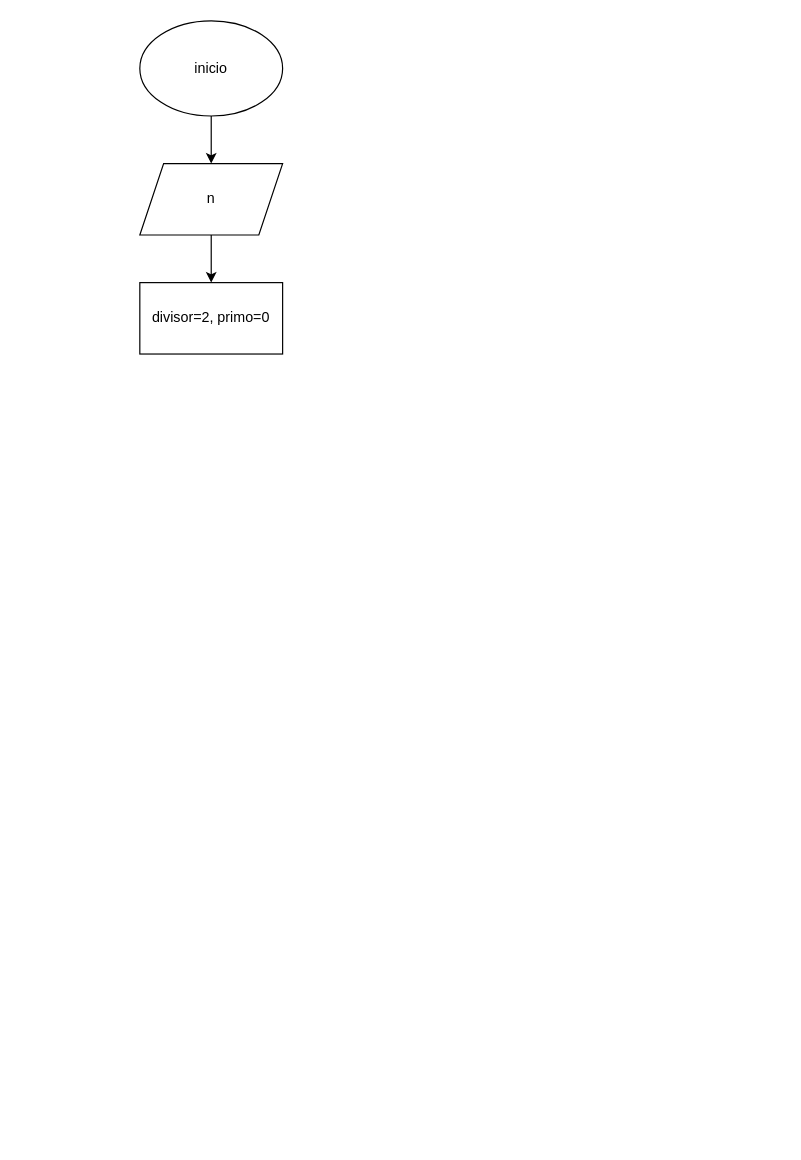
The draw.io diagram Diagrama sin título.drawio in Pariente1/DesarrolloDeSoftwareUniversidad, before the edit. Source tidied: cells renumbered, new cells numbered last; positions are measured from the earlier drawing's top-left corner, leaving out a move shared by most shapes. Both pictures are drawn from the tidied source at 119%, with x=0, y=0 at pixel (139, 20).
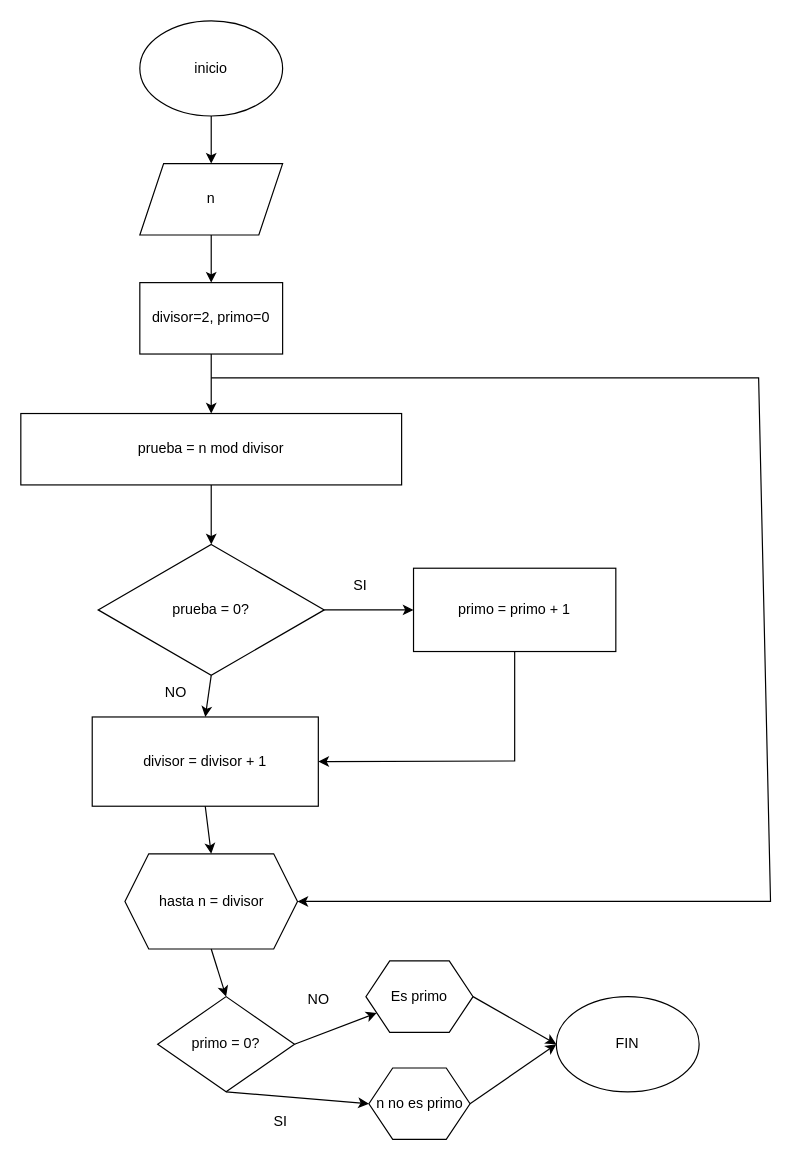
After the change.

The edit, as a diff of the source:
```diff
@@
+    <mxCell id="7" value="prueba = n mod divisor" style="rounded=0;whiteSpace=wrap;html=1;" parent="1" vertex="1">
+      <mxGeometry x="-100" y="330" width="320" height="60" as="geometry" />
+    </mxCell>
+    <mxCell id="8" style="endArrow=classic;html=1;rounded=0;entryX=0.5;entryY=0;entryDx=0;entryDy=0;" parent="1" edge="1" target="7">
+      <mxGeometry relative="1" as="geometry">
+        <mxPoint x="60" y="280" as="sourcePoint" />
+      </mxGeometry>
+    </mxCell>
+    <mxCell id="9" value="prueba = 0?" style="rhombus;whiteSpace=wrap;html=1;" parent="1" vertex="1">
+      <mxGeometry x="-35" y="440" width="190" height="110" as="geometry" />
+    </mxCell>
+    <mxCell id="10" style="endArrow=classic;html=1;rounded=0;exitX=0.5;exitY=1;exitDx=0;exitDy=0;entryX=0.5;entryY=0;entryDx=0;entryDy=0;" parent="1" edge="1" source="7" target="9">
+      <mxGeometry relative="1" as="geometry" />
+    </mxCell>
+    <mxCell id="11" value="primo = primo + 1" style="rounded=0;whiteSpace=wrap;html=1;" parent="1" vertex="1">
+      <mxGeometry x="230" y="460" width="170" height="70" as="geometry" />
+    </mxCell>
+    <mxCell id="12" style="endArrow=classic;html=1;rounded=0;exitX=1;exitY=0.5;exitDx=0;exitDy=0;entryX=0;entryY=0.5;entryDx=0;entryDy=0;" parent="1" edge="1" source="9" target="11">
+      <mxGeometry relative="1" as="geometry" />
+    </mxCell>
+    <mxCell id="13" value="SI" style="text;html=1;align=center;verticalAlign=middle;strokeColor=none;fillColor=none;" parent="1" vertex="1">
+      <mxGeometry x="170" y="460" width="30" height="30" as="geometry" />
+    </mxCell>
+    <mxCell id="14" value="NO" style="text;html=1;align=center;verticalAlign=middle;strokeColor=none;fillColor=none;" parent="1" vertex="1">
+      <mxGeometry x="10" y="550" width="40" height="30" as="geometry" />
+    </mxCell>
+    <mxCell id="15" value="divisor = divisor + 1" style="rounded=0;whiteSpace=wrap;html=1;" parent="1" vertex="1">
+      <mxGeometry x="-40" y="585" width="190" height="75" as="geometry" />
+    </mxCell>
+    <mxCell id="16" style="endArrow=classic;html=1;rounded=0;exitX=0.5;exitY=1;exitDx=0;exitDy=0;entryX=0.5;entryY=0;entryDx=0;entryDy=0;" parent="1" edge="1" source="9" target="15">
+      <mxGeometry relative="1" as="geometry" />
+    </mxCell>
+    <mxCell id="17" style="endArrow=classic;html=1;rounded=0;exitX=0.5;exitY=1;exitDx=0;exitDy=0;entryX=1;entryY=0.5;entryDx=0;entryDy=0;" parent="1" edge="1" source="11" target="15">
+      <mxGeometry relative="1" as="geometry">
+        <Array as="points">
+          <mxPoint x="315" y="622" />
+        </Array>
+      </mxGeometry>
+    </mxCell>
+    <mxCell id="18" value="hasta n = divisor" style="shape=hexagon;perimeter=hexagonPerimeter2;whiteSpace=wrap;html=1;fixedSize=1;" parent="1" vertex="1">
+      <mxGeometry x="-12.5" y="700" width="145" height="80" as="geometry" />
+    </mxCell>
+    <mxCell id="19" style="endArrow=classic;html=1;rounded=0;exitX=0.5;exitY=1;exitDx=0;exitDy=0;entryX=0.5;entryY=0;entryDx=0;entryDy=0;" parent="1" edge="1" source="15" target="18">
+      <mxGeometry relative="1" as="geometry" />
+    </mxCell>
+    <mxCell id="20" value="primo = 0?" style="rhombus;whiteSpace=wrap;html=1;" parent="1" vertex="1">
+      <mxGeometry x="15" y="820" width="115" height="80" as="geometry" />
+    </mxCell>
+    <mxCell id="21" style="endArrow=classic;html=1;rounded=0;exitX=0.5;exitY=1;exitDx=0;exitDy=0;entryX=0.5;entryY=0;entryDx=0;entryDy=0;" parent="1" edge="1" source="18" target="20">
+      <mxGeometry relative="1" as="geometry" />
+    </mxCell>
+    <mxCell id="22" style="endArrow=classic;html=1;rounded=0;entryX=1;entryY=0.5;entryDx=0;entryDy=0;" parent="1" edge="1" target="18">
+      <mxGeometry relative="1" as="geometry">
+        <mxPoint x="60" y="300" as="sourcePoint" />
+        <Array as="points">
+          <mxPoint x="520" y="300" />
+          <mxPoint x="530" y="740" />
+        </Array>
+      </mxGeometry>
+    </mxCell>
+    <mxCell id="23" style="endArrow=classic;html=1;rounded=0;exitX=1;exitY=0.5;exitDx=0;exitDy=0;" parent="1" edge="1" source="20" target="24">
+      <mxGeometry relative="1" as="geometry" />
+    </mxCell>
+    <mxCell id="24" value="Es primo" style="shape=hexagon;perimeter=hexagonPerimeter2;whiteSpace=wrap;html=1;fixedSize=1;" parent="1" vertex="1">
+      <mxGeometry x="190" y="790" width="90" height="60" as="geometry" />
+    </mxCell>
+    <mxCell id="25" value="n no es primo" style="shape=hexagon;perimeter=hexagonPerimeter2;whiteSpace=wrap;html=1;fixedSize=1;" parent="1" vertex="1">
+      <mxGeometry x="192.5" y="880" width="85" height="60" as="geometry" />
+    </mxCell>
+    <mxCell id="26" style="endArrow=classic;html=1;rounded=0;exitX=0.5;exitY=1;exitDx=0;exitDy=0;entryX=0;entryY=0.5;entryDx=0;entryDy=0;" parent="1" edge="1" source="20" target="25">
+      <mxGeometry relative="1" as="geometry" />
+    </mxCell>
+    <mxCell id="27" value="SI" style="text;html=1;align=center;verticalAlign=middle;strokeColor=none;fillColor=none;" parent="1" vertex="1">
+      <mxGeometry x="102.5" y="910" width="30" height="30" as="geometry" />
+    </mxCell>
+    <mxCell id="28" value="NO" style="text;html=1;align=center;verticalAlign=middle;strokeColor=none;fillColor=none;" parent="1" vertex="1">
+      <mxGeometry x="130" y="808" width="40" height="30" as="geometry" />
+    </mxCell>
+    <mxCell id="29" value="FIN" style="ellipse;whiteSpace=wrap;html=1;" parent="1" vertex="1">
+      <mxGeometry x="350" y="820" width="120" height="80" as="geometry" />
+    </mxCell>
+    <mxCell id="30" style="endArrow=classic;html=1;rounded=0;exitX=1;exitY=0.5;exitDx=0;exitDy=0;entryX=0;entryY=0.5;entryDx=0;entryDy=0;" parent="1" edge="1" source="24" target="29">
+      <mxGeometry relative="1" as="geometry" />
+    </mxCell>
+    <mxCell id="31" style="endArrow=classic;html=1;rounded=0;exitX=1;exitY=0.5;exitDx=0;exitDy=0;entryX=0;entryY=0.5;entryDx=0;entryDy=0;" parent="1" edge="1" source="25" target="29">
+      <mxGeometry relative="1" as="geometry" />
+    </mxCell>
```
